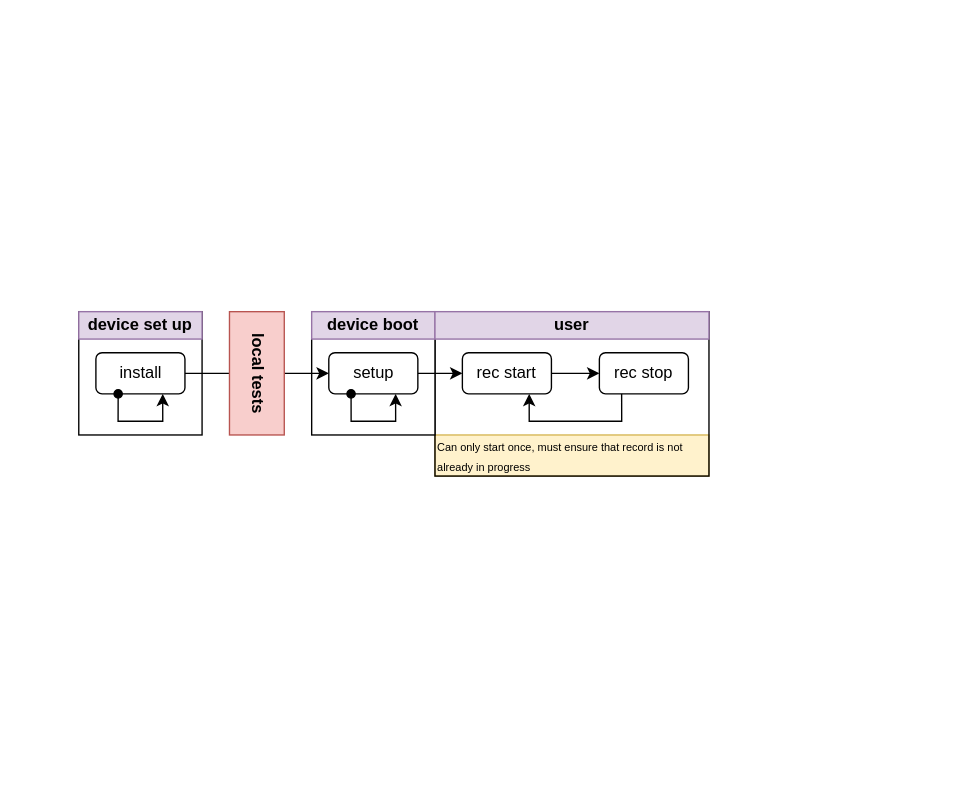
Earlier version of the draw.io diagram page "system-behavior" (1 of 4) of docs/arch/arch.drawio (repeact/embedded-sw). Source tidied: cells renumbered, new cells numbered last; positions are measured from the earlier drawing's top-left corner, leaving out a move shared by most shapes. Both pictures are drawn from the tidied source at 137%, with x=0, y=0 at pixel (78, 311).
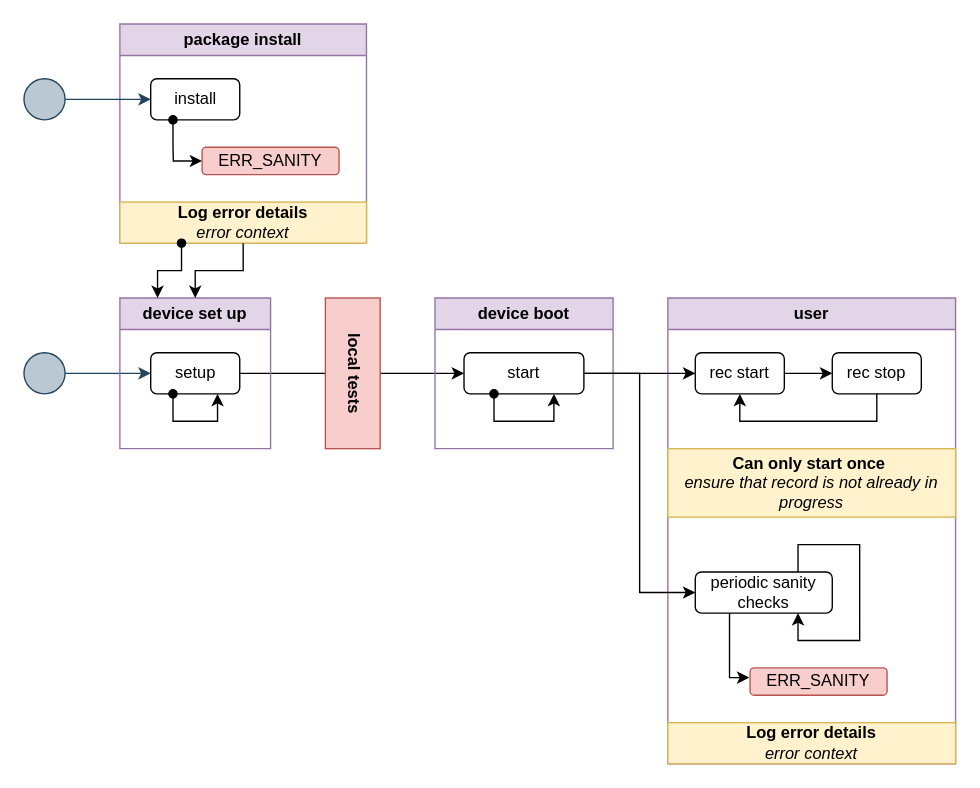
Above is the later version.

What changed in the source:
```diff
@@
-    <mxCell id="2" value="&lt;span style=&quot;color: rgb(0, 0, 0); font-family: Helvetica; font-size: 8px; font-style: normal; font-variant-ligatures: normal; font-variant-caps: normal; font-weight: 400; letter-spacing: normal; orphans: 2; text-indent: 0px; text-transform: none; widows: 2; word-spacing: 0px; -webkit-text-stroke-width: 0px; white-space: normal; text-decoration-thickness: initial; text-decoration-style: initial; text-decoration-color: initial; float: none; display: inline !important;&quot;&gt;Can only start once, must ensure that record is not already in progress&lt;/span&gt;" style="rounded=0;whiteSpace=wrap;html=1;labelBackgroundColor=none;spacingTop=0;verticalAlign=middle;align=left;strokeWidth=1;fillColor=#fff2cc;strokeColor=#d6b656;" parent="1" vertex="1">
-      <mxGeometry x="260" y="90" width="200" height="30" as="geometry" />
-    </mxCell>
-    <mxCell id="3" style="rounded=0;whiteSpace=wrap;html=1;fillColor=none;" parent="1" vertex="1">
-      <mxGeometry x="260" width="200" height="120" as="geometry" />
-    </mxCell>
-    <mxCell id="4" style="rounded=0;whiteSpace=wrap;html=1;" parent="1" vertex="1">
-      <mxGeometry width="90" height="90" as="geometry" />
-    </mxCell>
-    <mxCell id="5" style="rounded=0;whiteSpace=wrap;html=1;" parent="1" vertex="1">
-      <mxGeometry x="170" width="90" height="90" as="geometry" />
-    </mxCell>
+    <mxCell id="10" style="edgeStyle=orthogonalEdgeStyle;rounded=0;jettySize=auto;html=1;exitX=1;exitY=0.5;exitDx=0;exitDy=0;entryX=0;entryY=0.5;entryDx=0;entryDy=0;" parent="1" edge="1" source="11" target="9">
+      <mxGeometry relative="1" as="geometry" />
+    </mxCell>
+    <mxCell id="15" value="local tests" style="rounded=0;whiteSpace=wrap;html=1;textDirection=vertical-lr;fillColor=#f8cecc;strokeColor=#b85450;fontStyle=1;" parent="1" vertex="1">
+      <mxGeometry x="180" y="-10" width="40" height="110" as="geometry" />
+    </mxCell>
+    <mxCell id="20" style="edgeStyle=orthogonalEdgeStyle;rounded=0;jettySize=auto;html=1;entryX=0;entryY=0.5;entryDx=0;entryDy=0;fillColor=#bac8d3;strokeColor=#23445d;" parent="1" edge="1" source="21" target="11">
+      <mxGeometry relative="1" as="geometry" />
+    </mxCell>
+    <mxCell id="21" style="ellipse;whiteSpace=wrap;html=1;fillColor=#bac8d3;strokeColor=#23445d;" parent="1" vertex="1">
+      <mxGeometry x="-40" y="30" width="30" height="30" as="geometry" />
+    </mxCell>
-    <mxCell id="6" value="device set up" style="rounded=0;whiteSpace=wrap;html=1;fillColor=#e1d5e7;strokeColor=#9673a6;fontStyle=1;" parent="1" vertex="1">
-      <mxGeometry width="90" height="20" as="geometry" />
+    <mxCell id="6" value="device set up" style="swimlane;whiteSpace=wrap;html=1;fillColor=#e1d5e7;strokeColor=#9673a6;" parent="1" vertex="1">
+      <mxGeometry x="30" y="-10" width="110" height="110" as="geometry" />
     </mxCell>
+    <mxCell id="11" value="setup" style="rounded=1;whiteSpace=wrap;html=1;" parent="6" vertex="1">
+      <mxGeometry x="22.5" y="40" width="65" height="30" as="geometry" />
+    </mxCell>
+    <mxCell id="14" style="edgeStyle=orthogonalEdgeStyle;rounded=0;orthogonalLoop=1;jettySize=auto;html=1;entryX=0.75;entryY=1;entryDx=0;entryDy=0;exitX=0.25;exitY=1;exitDx=0;exitDy=0;startArrow=oval;startFill=1;" parent="6" edge="1" source="11" target="11">
+      <mxGeometry relative="1" as="geometry">
+        <Array as="points">
+          <mxPoint x="39" y="90" />
+          <mxPoint x="71" y="90" />
+          <mxPoint x="71" y="70" />
+        </Array>
+      </mxGeometry>
+    </mxCell>
-    <mxCell id="7" value="device boot" style="rounded=0;whiteSpace=wrap;html=1;fillColor=#e1d5e7;strokeColor=#9673a6;fontStyle=1;" parent="1" vertex="1">
-      <mxGeometry x="170" width="90" height="20" as="geometry" />
+    <mxCell id="7" value="device boot" style="swimlane;whiteSpace=wrap;html=1;fillColor=#e1d5e7;strokeColor=#9673a6;" parent="1" vertex="1">
+      <mxGeometry x="260" y="-10" width="130" height="110" as="geometry" />
     </mxCell>
-    <mxCell id="8" style="edgeStyle=orthogonalEdgeStyle;rounded=0;jettySize=auto;html=1;exitX=1;exitY=0.5;exitDx=0;exitDy=0;entryX=0;entryY=0.5;entryDx=0;entryDy=0;" parent="1" edge="1" source="9" target="17">
-      <mxGeometry relative="1" as="geometry" />
-    </mxCell>
-    <mxCell id="9" value="setup" style="rounded=1;whiteSpace=wrap;html=1;" parent="1" vertex="1">
-      <mxGeometry x="182.5" y="30" width="65" height="30" as="geometry" />
+    <mxCell id="9" value="start" style="rounded=1;whiteSpace=wrap;html=1;" parent="7" vertex="1">
+      <mxGeometry x="21.2" y="40" width="87.5" height="30" as="geometry" />
     </mxCell>
-    <mxCell id="10" style="edgeStyle=orthogonalEdgeStyle;rounded=0;jettySize=auto;html=1;exitX=1;exitY=0.5;exitDx=0;exitDy=0;entryX=0;entryY=0.5;entryDx=0;entryDy=0;" parent="1" edge="1" source="11" target="9">
-      <mxGeometry relative="1" as="geometry" />
-    </mxCell>
-    <mxCell id="11" value="install" style="rounded=1;whiteSpace=wrap;html=1;" parent="1" vertex="1">
-      <mxGeometry x="12.5" y="30" width="65" height="30" as="geometry" />
-    </mxCell>
-    <mxCell id="12" style="edgeStyle=orthogonalEdgeStyle;rounded=0;jettySize=auto;html=1;exitX=1;exitY=0.5;exitDx=0;exitDy=0;entryX=0;entryY=0.5;entryDx=0;entryDy=0;" parent="1" edge="1" source="17" target="18">
-      <mxGeometry relative="1" as="geometry" />
-    </mxCell>
-    <mxCell id="13" style="edgeStyle=orthogonalEdgeStyle;rounded=0;orthogonalLoop=1;jettySize=auto;html=1;entryX=0.75;entryY=1;entryDx=0;entryDy=0;exitX=0.25;exitY=1;exitDx=0;exitDy=0;startArrow=oval;startFill=1;" parent="1" edge="1" source="9" target="9">
+    <mxCell id="13" style="edgeStyle=orthogonalEdgeStyle;rounded=0;orthogonalLoop=1;jettySize=auto;html=1;entryX=0.75;entryY=1;entryDx=0;entryDy=0;exitX=0.25;exitY=1;exitDx=0;exitDy=0;startArrow=oval;startFill=1;" parent="7" edge="1" source="9" target="9">
       <mxGeometry relative="1" as="geometry">
         <Array as="points">
-          <mxPoint x="199" y="80" />
-          <mxPoint x="231" y="80" />
+          <mxPoint x="42.8" y="90" />
+          <mxPoint x="86.8" y="90" />
         </Array>
       </mxGeometry>
     </mxCell>
-    <mxCell id="14" style="edgeStyle=orthogonalEdgeStyle;rounded=0;orthogonalLoop=1;jettySize=auto;html=1;entryX=0.75;entryY=1;entryDx=0;entryDy=0;exitX=0.25;exitY=1;exitDx=0;exitDy=0;startArrow=oval;startFill=1;" parent="1" edge="1" source="11" target="11">
-      <mxGeometry relative="1" as="geometry">
-        <Array as="points">
-          <mxPoint x="29" y="80" />
-          <mxPoint x="61" y="80" />
-          <mxPoint x="61" y="60" />
-        </Array>
-      </mxGeometry>
-    </mxCell>
-    <mxCell id="15" value="local tests" style="rounded=0;whiteSpace=wrap;html=1;textDirection=vertical-lr;fillColor=#f8cecc;strokeColor=#b85450;fontStyle=1;" parent="1" vertex="1">
-      <mxGeometry x="110" width="40" height="90" as="geometry" />
-    </mxCell>
-    <mxCell id="16" value="user" style="rounded=0;whiteSpace=wrap;html=1;fillColor=#e1d5e7;strokeColor=#9673a6;fontStyle=1;" parent="1" vertex="1">
-      <mxGeometry x="260" width="200" height="20" as="geometry" />
+    <mxCell id="16" value="user" style="swimlane;whiteSpace=wrap;html=1;fillColor=#e1d5e7;strokeColor=#9673a6;" parent="1" vertex="1">
+      <mxGeometry x="430" y="-10" width="210" height="340" as="geometry" />
     </mxCell>
-    <mxCell id="17" value="rec start" style="rounded=1;whiteSpace=wrap;html=1;" parent="1" vertex="1">
-      <mxGeometry x="280" y="30" width="65" height="30" as="geometry" />
+    <mxCell id="17" value="rec start" style="rounded=1;whiteSpace=wrap;html=1;" parent="16" vertex="1">
+      <mxGeometry x="20" y="40" width="65" height="30" as="geometry" />
     </mxCell>
-    <mxCell id="18" value="rec stop" style="rounded=1;whiteSpace=wrap;html=1;" parent="1" vertex="1">
-      <mxGeometry x="380" y="30" width="65" height="30" as="geometry" />
+    <mxCell id="18" value="rec stop" style="rounded=1;whiteSpace=wrap;html=1;" parent="16" vertex="1">
+      <mxGeometry x="120" y="40" width="65" height="30" as="geometry" />
     </mxCell>
-    <mxCell id="19" style="edgeStyle=orthogonalEdgeStyle;rounded=0;jettySize=auto;html=1;entryX=0.75;entryY=1;entryDx=0;entryDy=0;exitX=0.25;exitY=1;exitDx=0;exitDy=0;" parent="1" edge="1" source="18" target="17">
+    <mxCell id="19" style="edgeStyle=orthogonalEdgeStyle;rounded=0;jettySize=auto;html=1;entryX=0.5;entryY=1;entryDx=0;entryDy=0;exitX=0.5;exitY=1;exitDx=0;exitDy=0;" parent="16" edge="1" source="18" target="17">
       <mxGeometry relative="1" as="geometry">
         <Array as="points">
-          <mxPoint x="396" y="80" />
-          <mxPoint x="329" y="80" />
+          <mxPoint x="144.5" y="90" />
+          <mxPoint x="62.5" y="90" />
         </Array>
       </mxGeometry>
     </mxCell>
+    <mxCell id="12" style="edgeStyle=orthogonalEdgeStyle;rounded=0;jettySize=auto;html=1;exitX=1;exitY=0.5;exitDx=0;exitDy=0;entryX=0;entryY=0.5;entryDx=0;entryDy=0;" parent="16" edge="1" source="17" target="18">
+      <mxGeometry relative="1" as="geometry" />
+    </mxCell>
+    <mxCell id="2" value="&lt;span style=&quot;color: rgb(0, 0, 0); font-family: Helvetica; font-style: normal; font-variant-ligatures: normal; font-variant-caps: normal; letter-spacing: normal; orphans: 2; text-indent: 0px; text-transform: none; widows: 2; word-spacing: 0px; -webkit-text-stroke-width: 0px; white-space: normal; text-decoration-thickness: initial; text-decoration-style: initial; text-decoration-color: initial; float: none; display: inline !important;&quot;&gt;&lt;font style=&quot;&quot;&gt;&lt;b&gt;Can only start once&lt;/b&gt;&amp;nbsp;&lt;/font&gt;&lt;/span&gt;&lt;div&gt;&lt;span style=&quot;color: rgb(0, 0, 0); font-family: Helvetica; font-variant-ligatures: normal; font-variant-caps: normal; font-weight: 400; letter-spacing: normal; orphans: 2; text-indent: 0px; text-transform: none; widows: 2; word-spacing: 0px; -webkit-text-stroke-width: 0px; white-space: normal; text-decoration-thickness: initial; text-decoration-style: initial; text-decoration-color: initial; float: none; display: inline !important;&quot;&gt;&lt;font style=&quot;&quot;&gt;&lt;i&gt;ensure that record is not already in progress&lt;/i&gt;&lt;/font&gt;&lt;/span&gt;&lt;/div&gt;" style="rounded=0;whiteSpace=wrap;html=1;labelBackgroundColor=none;spacingTop=0;verticalAlign=middle;align=center;strokeWidth=1;fillColor=#fff2cc;strokeColor=#d6b656;" parent="16" vertex="1">
+      <mxGeometry y="110" width="210" height="50" as="geometry" />
+    </mxCell>
+    <mxCell id="22" value="periodic sanity checks" style="rounded=1;whiteSpace=wrap;html=1;" parent="16" vertex="1">
+      <mxGeometry x="20" y="200" width="100" height="30" as="geometry" />
+    </mxCell>
+    <mxCell id="23" style="edgeStyle=orthogonalEdgeStyle;rounded=0;orthogonalLoop=1;jettySize=auto;html=1;exitX=0.75;exitY=0;exitDx=0;exitDy=0;entryX=0.75;entryY=1;entryDx=0;entryDy=0;" parent="16" edge="1" source="22" target="22">
+      <mxGeometry relative="1" as="geometry">
+        <Array as="points">
+          <mxPoint x="95" y="180" />
+          <mxPoint x="140" y="180" />
+          <mxPoint x="140" y="250" />
+          <mxPoint x="95" y="250" />
+        </Array>
+      </mxGeometry>
+    </mxCell>
+    <mxCell id="24" style="edgeStyle=orthogonalEdgeStyle;rounded=0;jettySize=auto;html=1;exitX=0.25;exitY=1;exitDx=0;exitDy=0;entryX=-0.006;entryY=0.354;entryDx=0;entryDy=0;entryPerimeter=0;" parent="16" edge="1" source="22" target="25">
+      <mxGeometry relative="1" as="geometry">
+        <Array as="points">
+          <mxPoint x="45" y="277" />
+        </Array>
+      </mxGeometry>
+    </mxCell>
+    <mxCell id="25" value="ERR_SANITY" style="rounded=1;whiteSpace=wrap;html=1;fillColor=#f8cecc;strokeColor=#b85450;" parent="16" vertex="1">
+      <mxGeometry x="60" y="270" width="100" height="20" as="geometry" />
+    </mxCell>
+    <mxCell id="26" value="&lt;b&gt;Log error details&lt;br&gt;&lt;/b&gt;&lt;i&gt;error&amp;nbsp;context&lt;/i&gt;" style="rounded=0;whiteSpace=wrap;html=1;labelBackgroundColor=none;spacingTop=0;verticalAlign=middle;align=center;strokeWidth=1;fillColor=#fff2cc;strokeColor=#d6b656;" parent="16" vertex="1">
+      <mxGeometry y="310" width="210" height="30" as="geometry" />
+    </mxCell>
+    <mxCell id="8" style="edgeStyle=orthogonalEdgeStyle;rounded=0;jettySize=auto;html=1;exitX=1;exitY=0.5;exitDx=0;exitDy=0;entryX=0;entryY=0.5;entryDx=0;entryDy=0;" parent="1" edge="1" source="9" target="17">
+      <mxGeometry relative="1" as="geometry" />
+    </mxCell>
+    <mxCell id="27" style="edgeStyle=orthogonalEdgeStyle;rounded=0;jettySize=auto;html=1;exitX=1;exitY=0.5;exitDx=0;exitDy=0;entryX=0;entryY=0.5;entryDx=0;entryDy=0;" parent="1" edge="1" source="9" target="22">
+      <mxGeometry relative="1" as="geometry" />
+    </mxCell>
+    <mxCell id="28" value="package install" style="swimlane;whiteSpace=wrap;html=1;fillColor=#e1d5e7;strokeColor=#9673a6;" parent="1" vertex="1">
+      <mxGeometry x="30" y="-210" width="180" height="160" as="geometry" />
+    </mxCell>
+    <mxCell id="29" value="install" style="rounded=1;whiteSpace=wrap;html=1;" parent="28" vertex="1">
+      <mxGeometry x="22.5" y="40" width="65" height="30" as="geometry" />
+    </mxCell>
+    <mxCell id="30" value="&lt;b&gt;Log error details&lt;br&gt;&lt;/b&gt;&lt;i&gt;error&amp;nbsp;context&lt;/i&gt;" style="rounded=0;whiteSpace=wrap;html=1;labelBackgroundColor=none;spacingTop=0;verticalAlign=middle;align=center;strokeWidth=1;fillColor=#fff2cc;strokeColor=#d6b656;" parent="28" vertex="1">
+      <mxGeometry y="130" width="180" height="30" as="geometry" />
+    </mxCell>
+    <mxCell id="31" value="ERR_SANITY" style="rounded=1;whiteSpace=wrap;html=1;fillColor=#f8cecc;strokeColor=#b85450;" parent="28" vertex="1">
+      <mxGeometry x="60" y="90" width="100" height="20" as="geometry" />
+    </mxCell>
+    <mxCell id="32" style="edgeStyle=orthogonalEdgeStyle;rounded=0;jettySize=auto;html=1;entryX=0;entryY=0.5;entryDx=0;entryDy=0;exitX=0.25;exitY=1;exitDx=0;exitDy=0;startArrow=oval;startFill=1;" parent="28" edge="1" source="29" target="31">
+      <mxGeometry relative="1" as="geometry">
+        <Array as="points">
+          <mxPoint x="39" y="90" />
+          <mxPoint x="39" y="100" />
+        </Array>
+      </mxGeometry>
+    </mxCell>
+    <mxCell id="33" style="edgeStyle=orthogonalEdgeStyle;rounded=0;jettySize=auto;html=1;entryX=0;entryY=0.5;entryDx=0;entryDy=0;fillColor=#bac8d3;strokeColor=#23445d;" parent="1" edge="1" source="34" target="29">
+      <mxGeometry relative="1" as="geometry" />
+    </mxCell>
+    <mxCell id="34" style="ellipse;whiteSpace=wrap;html=1;fillColor=#bac8d3;strokeColor=#23445d;" parent="1" vertex="1">
+      <mxGeometry x="-40" y="-170" width="30" height="30" as="geometry" />
+    </mxCell>
+    <mxCell id="35" style="edgeStyle=orthogonalEdgeStyle;rounded=0;jettySize=auto;html=1;exitX=0.25;exitY=1;exitDx=0;exitDy=0;entryX=0.25;entryY=0;entryDx=0;entryDy=0;startArrow=oval;startFill=1;" parent="1" edge="1" source="30" target="6">
+      <mxGeometry relative="1" as="geometry">
+        <Array as="points">
+          <mxPoint x="75" y="-30" />
+          <mxPoint x="57" y="-30" />
+        </Array>
+      </mxGeometry>
+    </mxCell>
+    <mxCell id="36" style="edgeStyle=orthogonalEdgeStyle;rounded=0;jettySize=auto;html=1;exitX=0.5;exitY=1;exitDx=0;exitDy=0;entryX=0.5;entryY=0;entryDx=0;entryDy=0;" parent="1" edge="1" source="30" target="6">
+      <mxGeometry relative="1" as="geometry">
+        <Array as="points">
+          <mxPoint x="120" y="-30" />
+          <mxPoint x="85" y="-30" />
+        </Array>
+      </mxGeometry>
+    </mxCell>
```
